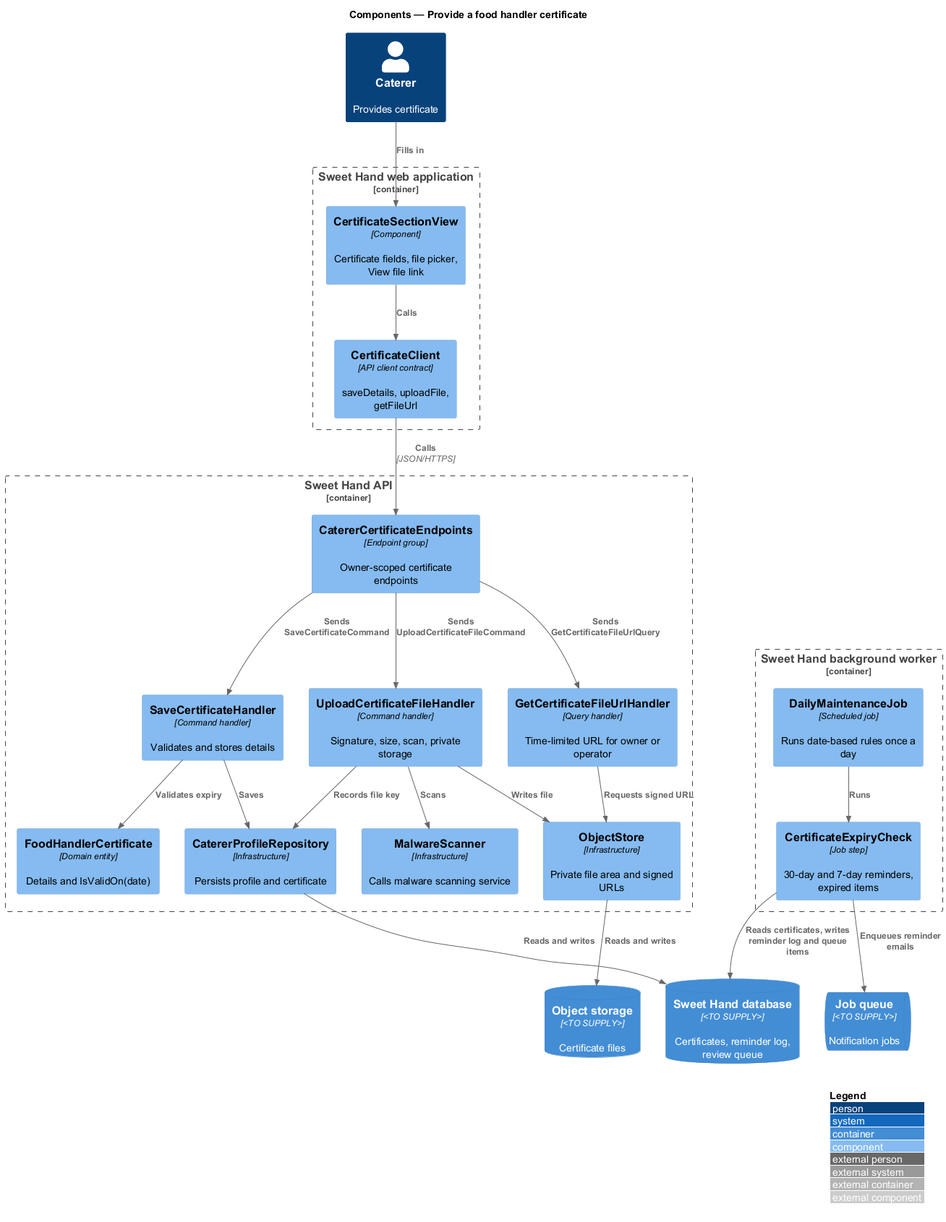
This is docs/detailed-designs/caterer-profiles/provide-food-handler-certificate/diagrams/c4-component.png from QuinntyneBrown/sweet-hand, a PlantUML export, as it was before one commit.
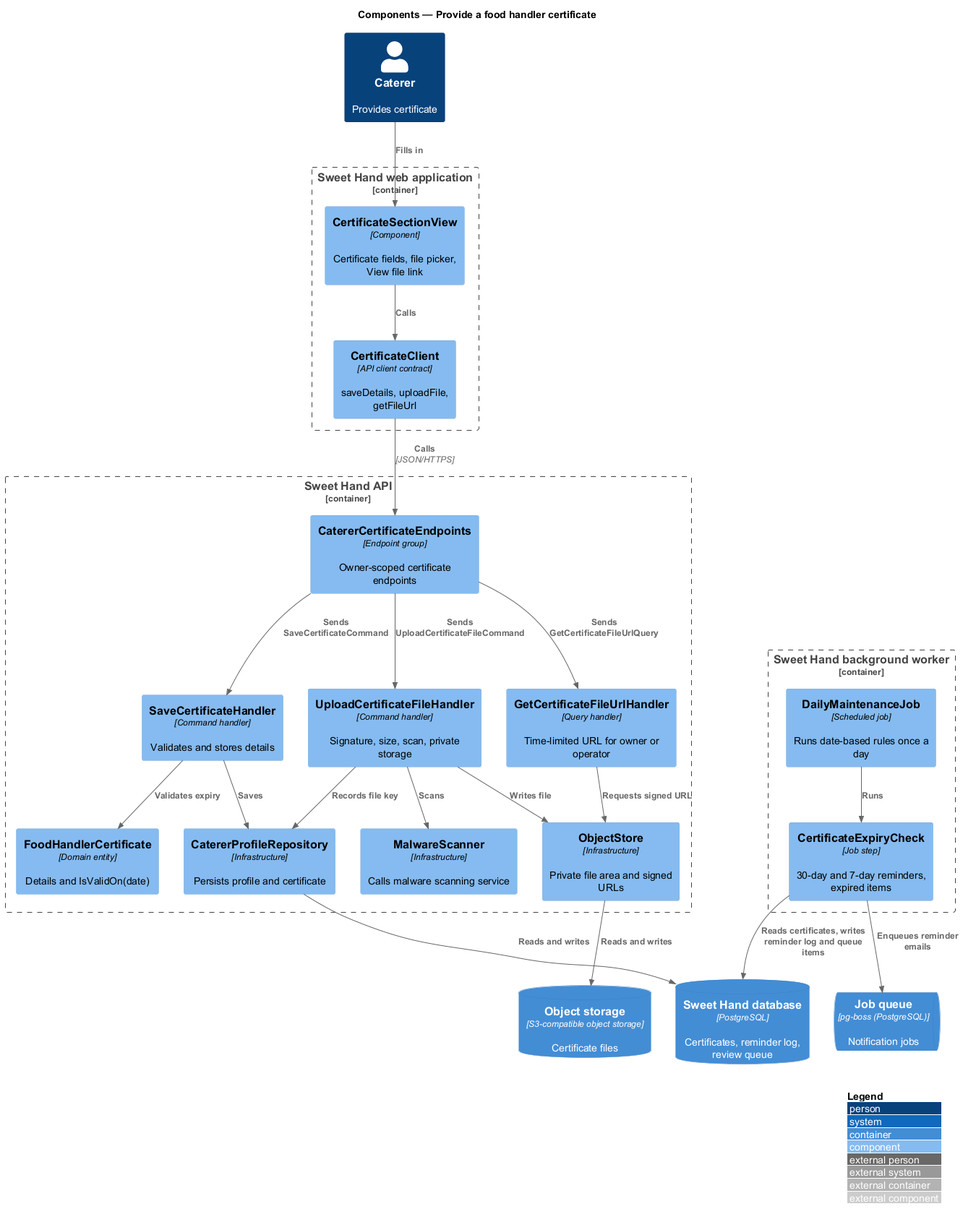
After the change.

The edit, as a diff of the source:
```diff
@@ -22,9 +22,9 @@
   Component(daily, "DailyMaintenanceJob", "Scheduled job", "Runs date-based rules once a day")
   Component(check, "CertificateExpiryCheck", "Job step", "30-day and 7-day reminders, expired items")
 }
-ContainerDb(db, "Sweet Hand database", "<TO SUPPLY>", "Certificates, reminder log, review queue")
-ContainerDb(storage, "Object storage", "<TO SUPPLY>", "Certificate files")
-ContainerQueue(queue, "Job queue", "<TO SUPPLY>", "Notification jobs")
+ContainerDb(db, "Sweet Hand database", "PostgreSQL", "Certificates, reminder log, review queue")
+ContainerDb(storage, "Object storage", "S3-compatible object storage", "Certificate files")
+ContainerQueue(queue, "Job queue", "pg-boss (PostgreSQL)", "Notification jobs")
 
 Rel(caterer, section, "Fills in")
 Rel(section, client, "Calls")
```
